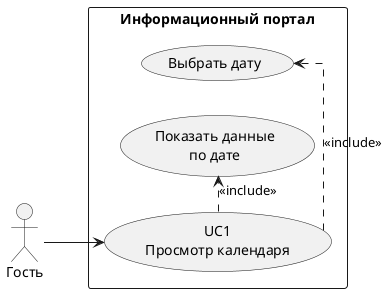
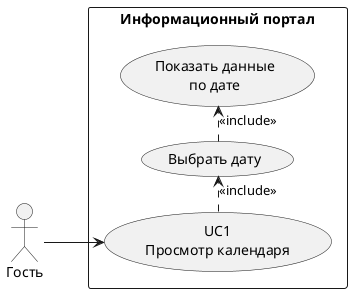
@startuml
left to right direction
skinparam packageStyle rectangle
skinparam linetype ortho
skinparam shadowing false

actor Guest as "Гость"

rectangle "Информационный портал" as System {
  usecase "UC1\nПросмотр календаря" as UC1
  usecase "Выбрать дату" as UC1A
  usecase "Показать данные\nпо дате" as UC1B
}

Guest --> UC1
UC1 .> UC1A : <<include>>
- UC1 .> UC1B : <<include>>
+ UC1A .> UC1B : <<include>>
@enduml
